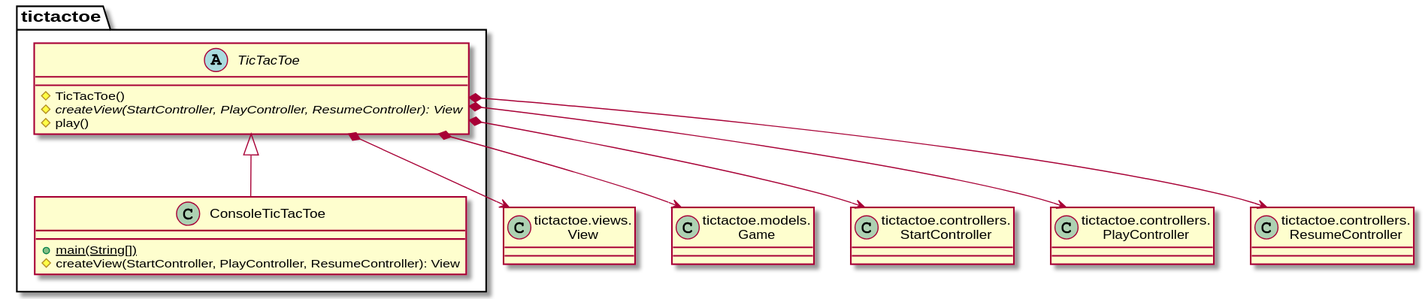
Jolucaa/USantaTecla-project-ticTacToe keeps this PlantUML diagram as modelViewPresenter/presentationModel/basic/docs/diagrams/out/paquetes/paqueteTicTacToe.svg. Above is the earlier version.
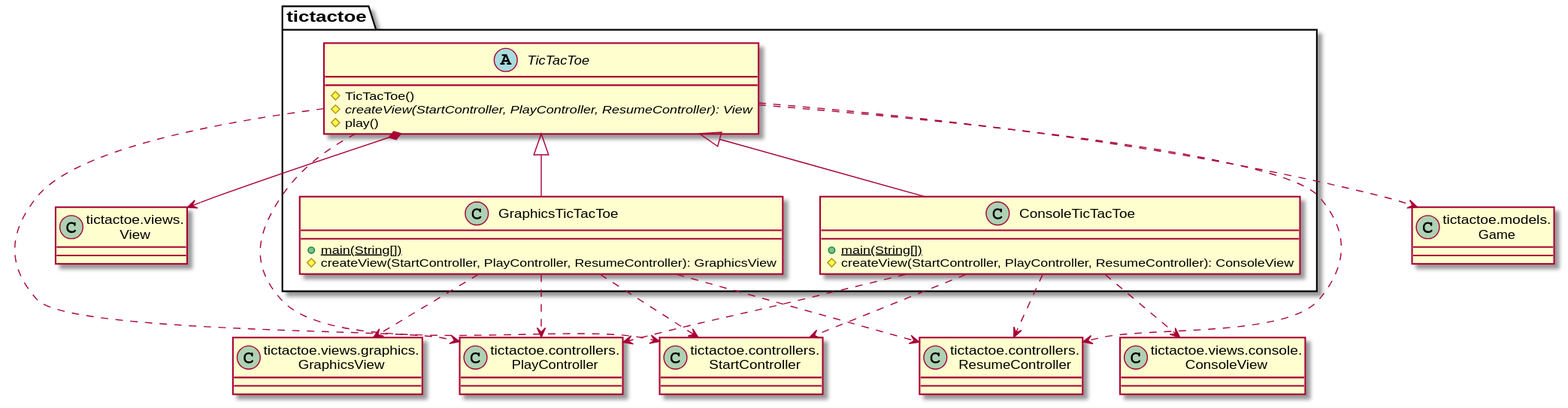
The same file after the commit.

What changed in the source:
```diff
@@ -1,24 +1,40 @@
 @startuml
-class View as "tictactoe.views.\nView" {}
-class Game as "tictactoe.models.\nGame" {}
-class StartController as "tictactoe.controllers.\nStartController" {}
-class PlayController as "tictactoe.controllers.\nPlayController" {}
-class ResumeController as "tictactoe.controllers.\nResumeController" {}
+class View as "tictactoe.views.\nView"
+class Game as "tictactoe.models.\nGame"
+class StartController as "tictactoe.controllers.\nStartController"
+class PlayController as "tictactoe.controllers.\nPlayController"
+class ResumeController as "tictactoe.controllers.\nResumeController"
+class ConsoleView as "tictactoe.views.console.\nConsoleView"
+class GraphicsView as "tictactoe.views.graphics.\nGraphicsView"
 
 class  tictactoe.ConsoleTicTacToe{
-+ {static} main(String[])
-# createView(StartController, PlayController, ResumeController): View
+  + {static} main(String[])
+  # createView(StartController, PlayController, ResumeController): ConsoleView
 }
 tictactoe.TicTacToe <|-down- tictactoe.ConsoleTicTacToe
+tictactoe.ConsoleTicTacToe .down.> StartController
+tictactoe.ConsoleTicTacToe .down.> PlayController
+tictactoe.ConsoleTicTacToe .down.> ResumeController
+tictactoe.ConsoleTicTacToe .down.> ConsoleView
+
+class  tictactoe.GraphicsTicTacToe{
+  + {static} main(String[])
+  # createView(StartController, PlayController, ResumeController): GraphicsView
+}
+tictactoe.TicTacToe <|-down- tictactoe.GraphicsTicTacToe
+tictactoe.GraphicsTicTacToe .down.> StartController
+tictactoe.GraphicsTicTacToe .down.> PlayController
+tictactoe.GraphicsTicTacToe .down.> ResumeController
+tictactoe.GraphicsTicTacToe .down.> GraphicsView
 
 abstract class  tictactoe.TicTacToe{
-# TicTacToe()
-# {abstract} createView(StartController, PlayController, ResumeController): View
-# play()
+  # TicTacToe()
+  # {abstract} createView(StartController, PlayController, ResumeController): View
+  # play()
 }
-tictactoe.TicTacToe *-down-> Game
 tictactoe.TicTacToe *-down-> View
-tictactoe.TicTacToe *-down-> StartController
-tictactoe.TicTacToe *-down-> PlayController
-tictactoe.TicTacToe *-down-> ResumeController
+tictactoe.TicTacToe .down.> Game
+tictactoe.TicTacToe .down.> StartController
+tictactoe.TicTacToe .down.> PlayController
+tictactoe.TicTacToe .down.> ResumeController
 @enduml
```
